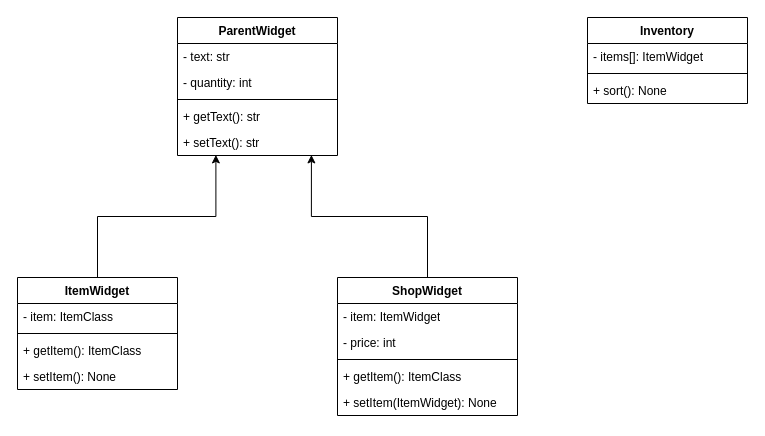
Before: docs/team_lead_1/andersen_class_diagram.drawio in proph-et/uidaho-cs-3383-nitrogen-interactive, a draw.io diagram. Source tidied: cells renumbered, new cells numbered last; positions are measured from the earlier drawing's top-left corner, leaving out a move shared by most shapes. Both pictures are drawn from the tidied source at 100%, with x=0, y=0 at pixel (17, 17).
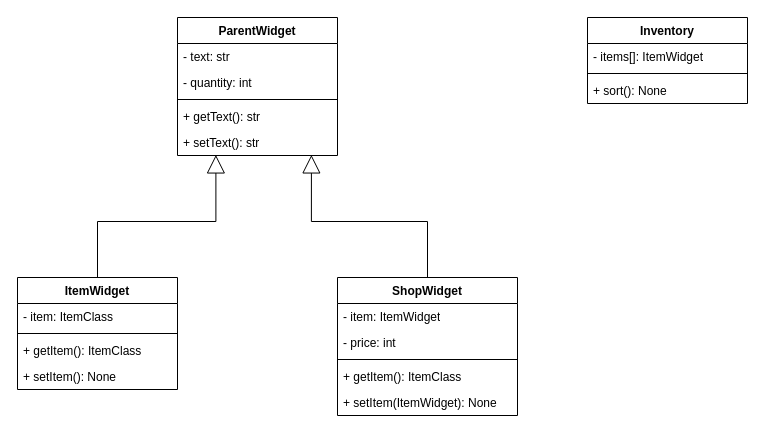
The same page after the edit.

Unchanged cells that the change refers to:
```xml
<mxCell id="7" value="+ setText(): str" style="text;strokeColor=none;fillColor=none;align=left;verticalAlign=top;spacingLeft=4;spacingRight=4;overflow=hidden;points=[[0,0.5],[1,0.5]];portConstraint=eastwest;whiteSpace=wrap;html=1;" parent="2" vertex="1">
  <mxGeometry y="112" width="160" height="26" as="geometry" />
</mxCell>
<mxCell id="8" value="ItemWidget" style="swimlane;fontStyle=1;align=center;verticalAlign=top;horizontal=1;startSize=26;whiteSpace=wrap;html=1;" parent="1" vertex="1">
  <mxGeometry y="260" width="160" height="112" as="geometry" />
</mxCell>
<mxCell id="13" value="ShopWidget" style="swimlane;fontStyle=1;align=center;verticalAlign=top;horizontal=1;startSize=26;whiteSpace=wrap;html=1;" parent="1" vertex="1">
  <mxGeometry x="320" y="260" width="180" height="138" as="geometry" />
</mxCell>
```

What changed in the source:
```diff
@@
-    <mxCell id="19" style="edgeStyle=orthogonalEdgeStyle;rounded=0;jettySize=auto;html=1;entryX=0.837;entryY=0.978;entryDx=0;entryDy=0;entryPerimeter=0;" parent="1" edge="1" source="13" target="7">
+    <mxCell id="19" style="edgeStyle=orthogonalEdgeStyle;rounded=0;jettySize=auto;html=1;entryX=0.837;entryY=0.978;entryDx=0;entryDy=0;entryPerimeter=0;endArrow=block;endFill=0;endSize=16;" parent="1" edge="1" source="13" target="7">
       <mxGeometry relative="1" as="geometry" />
     </mxCell>
-    <mxCell id="20" style="edgeStyle=orthogonalEdgeStyle;rounded=0;jettySize=auto;html=1;entryX=0.24;entryY=0.978;entryDx=0;entryDy=0;entryPerimeter=0;" parent="1" edge="1" source="8" target="7">
+    <mxCell id="20" style="edgeStyle=orthogonalEdgeStyle;rounded=0;jettySize=auto;html=1;entryX=0.24;entryY=0.978;entryDx=0;entryDy=0;entryPerimeter=0;endArrow=block;endFill=0;endSize=16;" parent="1" edge="1" source="8" target="7">
       <mxGeometry relative="1" as="geometry" />
     </mxCell>
```
